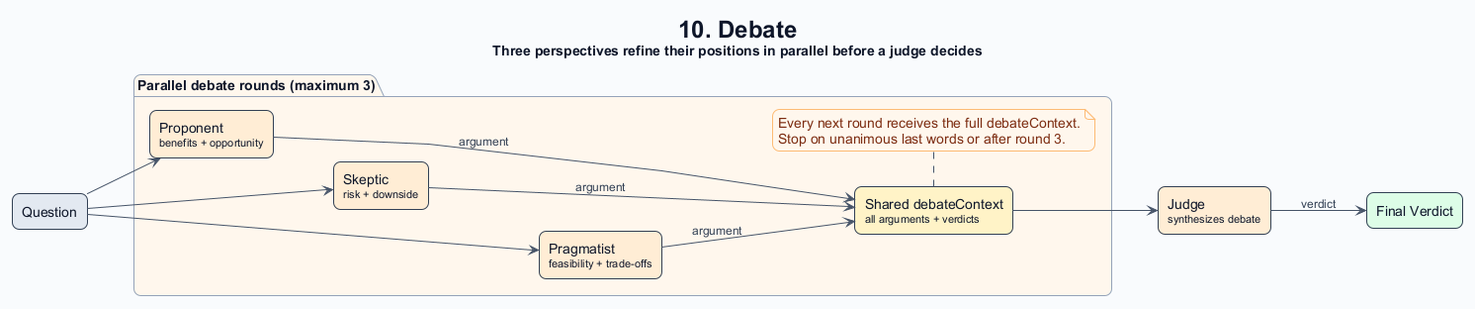
Before: docs/pattern-debate.png, a diagram exported from PlantUML (roryp/matrixagents).
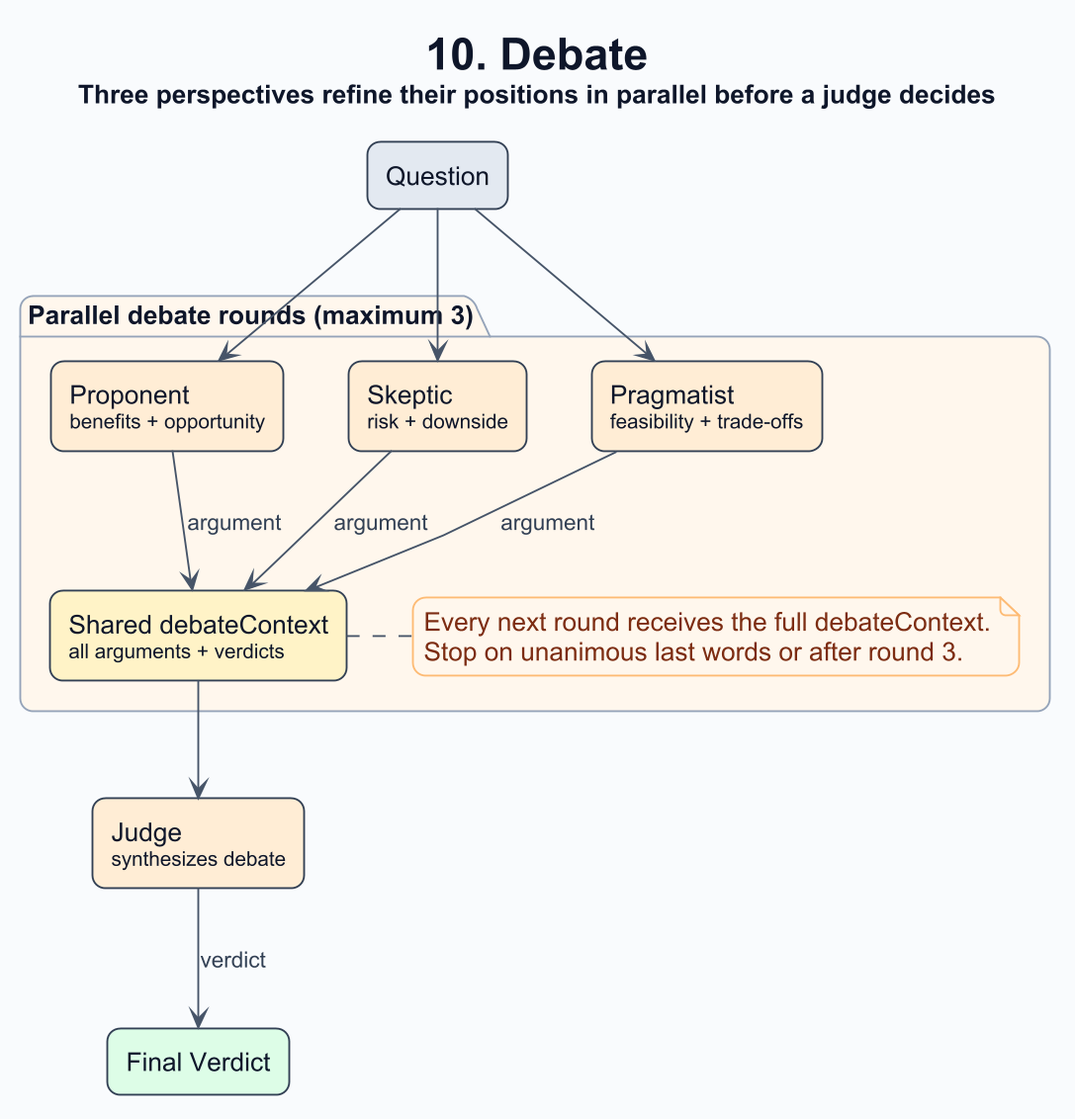
Above is the later version.

What changed in the source:
```diff
@@ -4,7 +4,7 @@
 
 title 10. Debate\n<size:14>Three perspectives refine their positions in parallel before a judge decides</size>
 
-left to right direction
+top to bottom direction
 
 rectangle "Question" as input #E2E8F0
 
@@ -18,10 +18,10 @@
     skeptic --> context : argument
     pragmatist --> context : argument
 
-    proponent -[hidden]down-> skeptic
-    skeptic -[hidden]down-> pragmatist
+    proponent -[hidden]right-> skeptic
+    skeptic -[hidden]right-> pragmatist
 
-        note bottom of context
+        note right of context
             Every next round receives the full debateContext.
             Stop on unanimous last words or after round 3.
         end note
```
